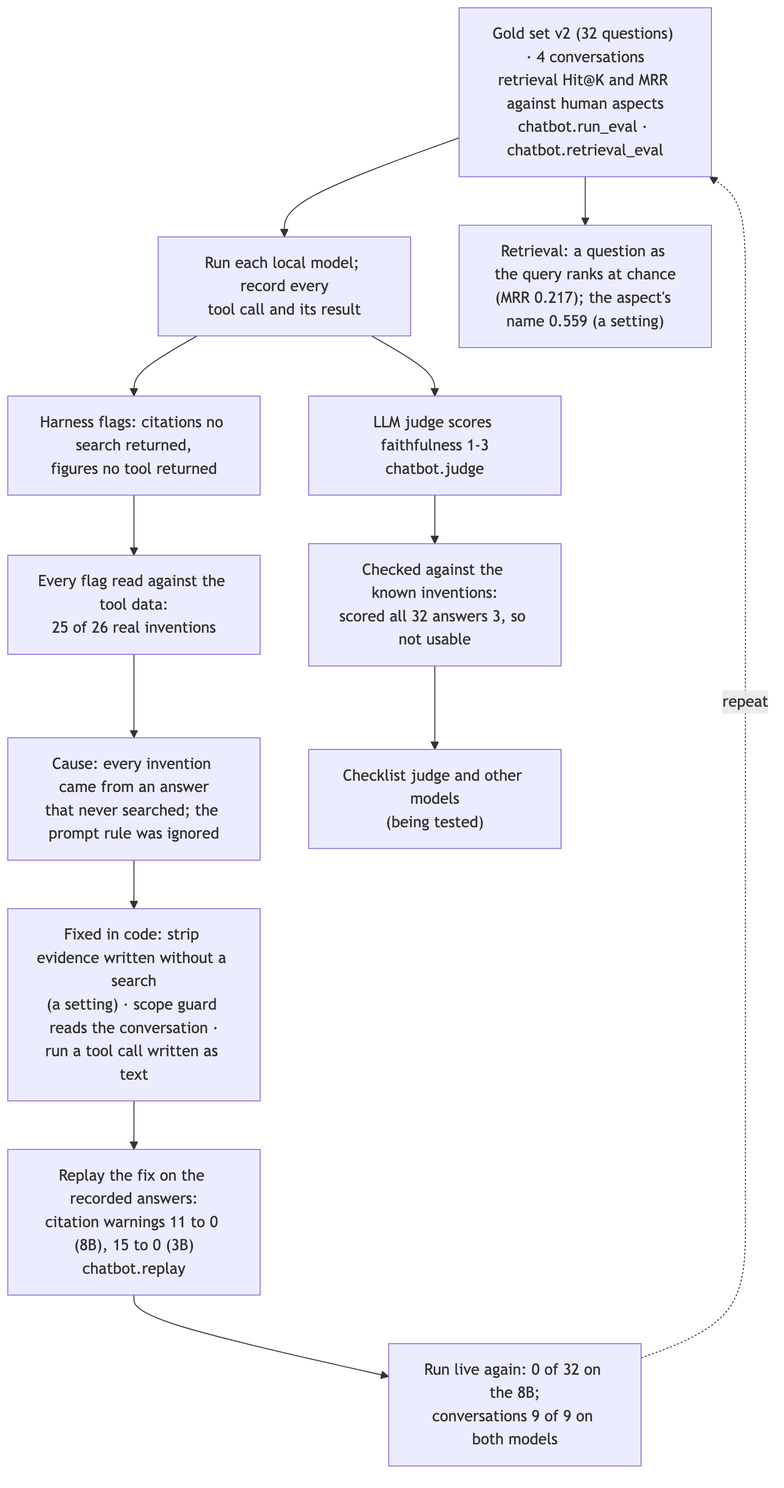
Before: docs/diagrams/img/23-chatbot-improvement-loop.png, a diagram exported from Mermaid (Gavingyh/plp-project). Its source is kept beside it as docs/diagrams/src/23-chatbot-improvement-loop.mmd.
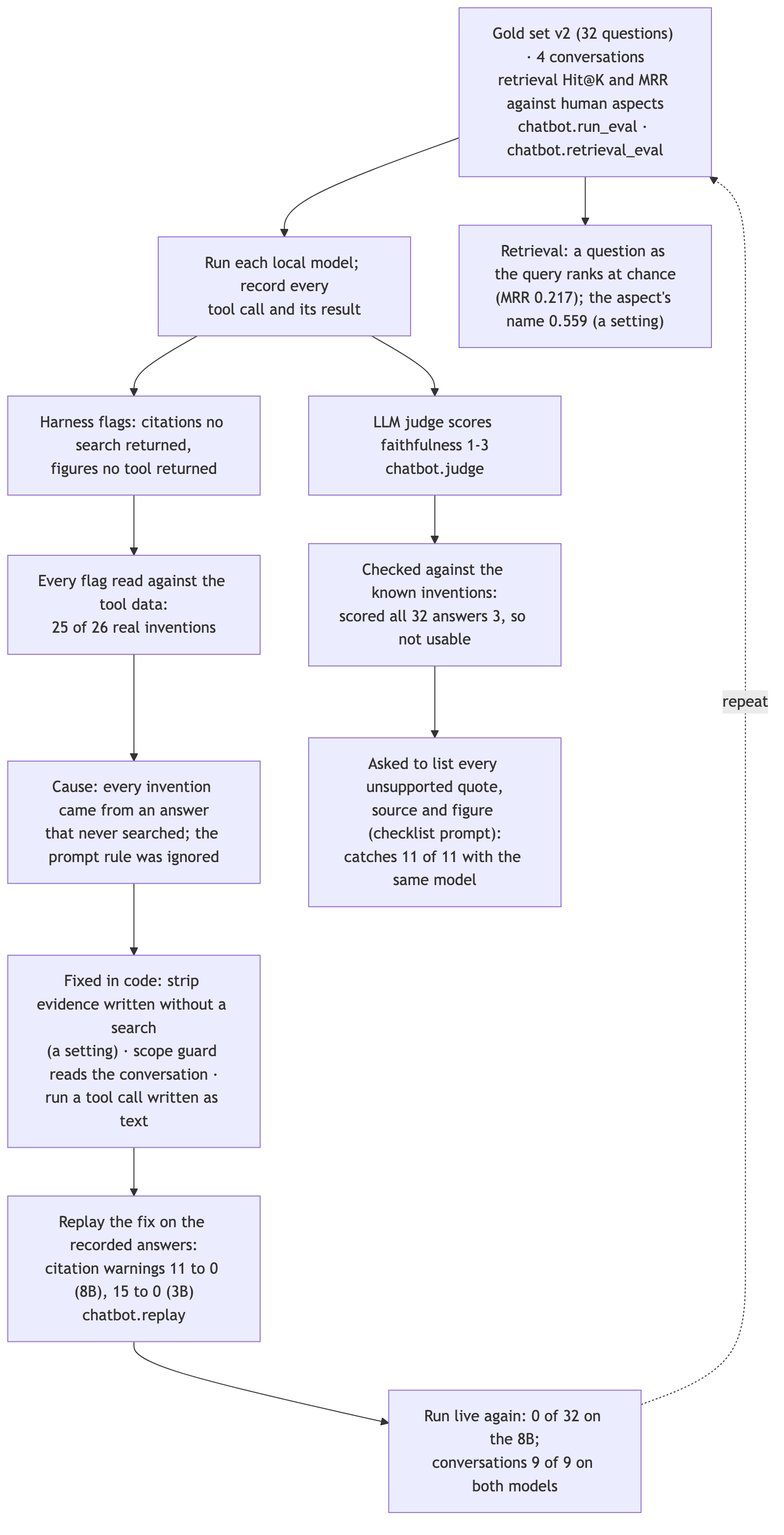
The same diagram one commit later.

What changed in the source:
```diff
@@ -1,6 +1,6 @@
 flowchart TB
   accTitle: Chatbot evaluation and improvement loop
-  accDescr: A frozen gold set, multi-turn conversations and retrieval metrics are run on each local model, recording every tool call and result. The harness flags invented citations and unverified figures; each flag is read by hand against the tool data. The cause found was that every invented citation came from an answer that never searched. Fixes went into code, were replayed on the recorded answers, then run live. The LLM judge was checked against the known inventions and failed, so other judges are being tested.
+  accDescr: A frozen gold set, multi-turn conversations and retrieval metrics are run on each local model, recording every tool call and result. The harness flags invented citations and unverified figures; each flag is read by hand against the tool data. The cause found was that every invented citation came from an answer that never searched. Fixes went into code, were replayed on the recorded answers, then run live. The LLM judge was checked against the known inventions and failed; asked to list unsupported quotes, sources and figures instead, the same model caught all of them.
 
   gold["Gold set v2 (32 questions) · 4 conversations<br/>retrieval Hit@K and MRR against human aspects<br/>chatbot.run_eval · chatbot.retrieval_eval"]
   run["Run each local model; record every<br/>tool call and its result"]
@@ -13,7 +13,7 @@
   retr["Retrieval: a question as the query ranks at chance<br/>(MRR 0.217); the aspect's name 0.559 (a setting)"]
   judge["LLM judge scores faithfulness 1-3<br/>chatbot.judge"]
   jcheck["Checked against the known inventions:<br/>scored all 32 answers 3, so not usable"]
-  jnext["Checklist judge and other models<br/>(being tested)"]
+  jnext["Asked to list every unsupported quote,<br/>source and figure (checklist prompt):<br/>catches 11 of 11 with the same model"]
 
   gold --> run --> flags --> read --> cause --> fix --> replay --> live
   gold --> retr
```
